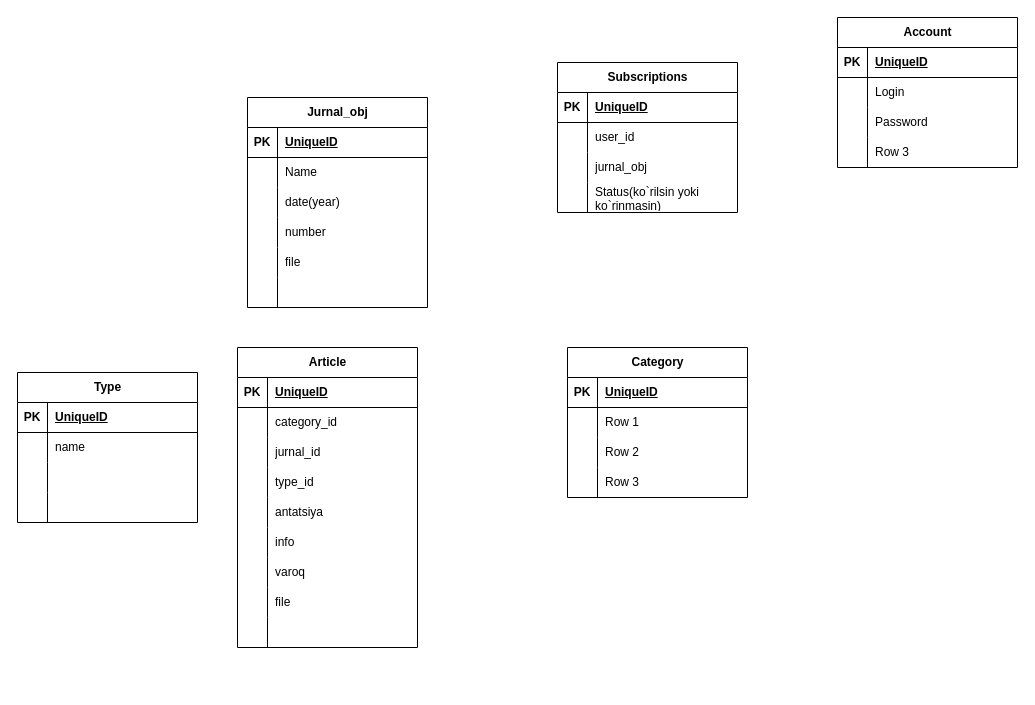
This is gltn.drawio from Ramizddin/Games, a draw.io file, before an edit. Source tidied: cells renumbered, new cells numbered last; positions are measured from the earlier drawing's top-left corner, leaving out a move shared by most shapes. Both pictures are drawn from the tidied source at 100%, with x=0, y=0 at pixel (17, 17).
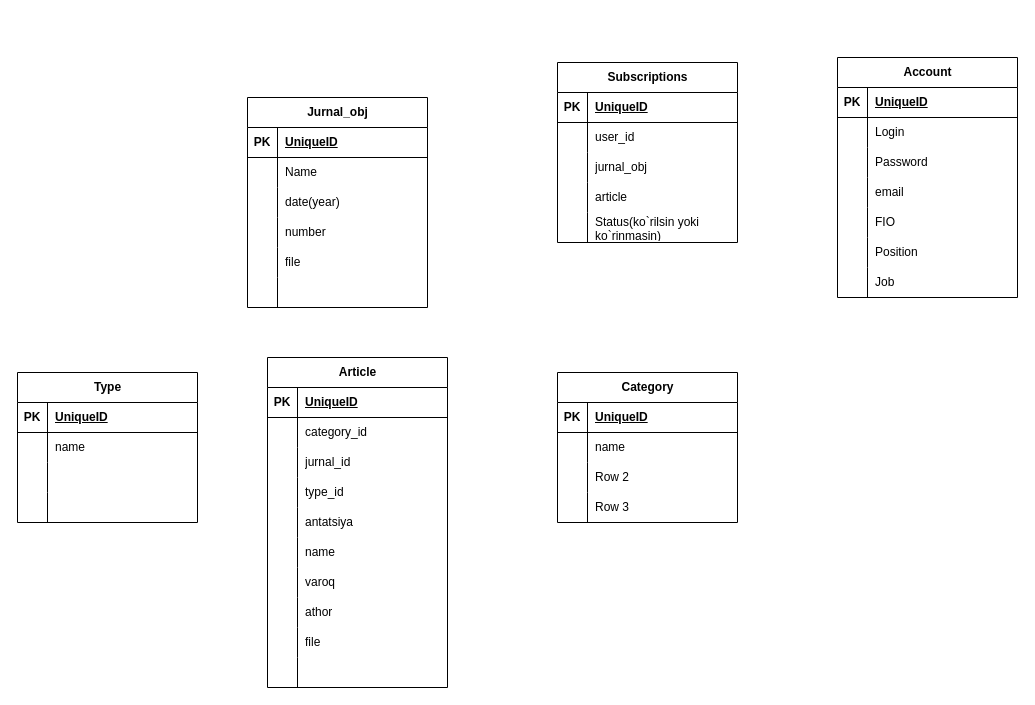
After the change.

The change refers to these unchanged cells:
```xml
<mxCell id="37" style="shape=tableRow;horizontal=0;startSize=0;swimlaneHead=0;swimlaneBody=0;fillColor=none;top=0;left=0;right=0;bottom=0;" parent="21" vertex="1">
  <mxGeometry y="180" width="180" height="30" as="geometry" />
</mxCell>
<mxCell id="43" style="shape=tableRow;horizontal=0;startSize=0;swimlaneHead=0;swimlaneBody=0;fillColor=none;top=0;left=0;right=0;bottom=0;" parent="21" vertex="1">
  <mxGeometry y="240" width="180" height="30" as="geometry" />
</mxCell>
<mxCell id="53" style="shape=tableRow;horizontal=0;startSize=0;swimlaneHead=0;swimlaneBody=0;fillColor=none;top=0;left=0;right=0;bottom=0;" parent="49" vertex="1">
  <mxGeometry y="60" width="180" height="30" as="geometry" />
</mxCell>
<mxCell id="85" style="shape=tableRow;horizontal=0;startSize=0;swimlaneHead=0;swimlaneBody=0;fillColor=none;top=0;left=0;right=0;bottom=0;" parent="75" vertex="1">
  <mxGeometry y="120" width="180" height="30" as="geometry" />
</mxCell>
```

The edit, as a diff of the source:
```diff
@@
     <mxCell id="21" value="Article" style="shape=table;startSize=30;childLayout=tableLayout;rowLines=0;fontStyle=1;align=center;html=1;" parent="1" vertex="1">
-      <mxGeometry x="220" y="330" width="180" height="300" as="geometry" />
+      <mxGeometry x="250" y="340" width="180" height="330" as="geometry" />
     </mxCell>
@@
-    <mxCell id="39" value="info" style="shape=partialRectangle;fillColor=none;top=0;left=0;bottom=0;right=0;align=left;spacingLeft=6;overflow=hidden;whiteSpace=wrap;html=1;" parent="37" vertex="1">
+    <mxCell id="39" value="name" style="shape=partialRectangle;fillColor=none;top=0;left=0;bottom=0;right=0;align=left;spacingLeft=6;overflow=hidden;whiteSpace=wrap;html=1;" parent="37" vertex="1">
       <mxGeometry x="30" width="150" height="30" as="geometry" />
     </mxCell>
@@
-    <mxCell id="45" value="file" style="shape=partialRectangle;fillColor=none;top=0;left=0;bottom=0;right=0;align=left;spacingLeft=6;overflow=hidden;whiteSpace=wrap;html=1;" parent="43" vertex="1">
+    <mxCell id="45" value="athor" style="shape=partialRectangle;fillColor=none;top=0;left=0;bottom=0;right=0;align=left;spacingLeft=6;overflow=hidden;whiteSpace=wrap;html=1;" parent="43" vertex="1">
       <mxGeometry x="30" width="150" height="30" as="geometry" />
     </mxCell>
+    <mxCell id="101" style="shape=tableRow;horizontal=0;startSize=0;swimlaneHead=0;swimlaneBody=0;fillColor=none;top=0;left=0;right=0;bottom=0;" parent="21" vertex="1">
+      <mxGeometry y="270" width="180" height="30" as="geometry" />
+    </mxCell>
+    <mxCell id="102" style="shape=partialRectangle;fillColor=none;top=0;left=0;bottom=0;right=0;overflow=hidden;whiteSpace=wrap;html=1;" parent="101" vertex="1">
+      <mxGeometry width="30" height="30" as="geometry" />
+    </mxCell>
+    <mxCell id="103" value="file" style="shape=partialRectangle;fillColor=none;top=0;left=0;bottom=0;right=0;align=left;spacingLeft=6;overflow=hidden;whiteSpace=wrap;html=1;" parent="101" vertex="1">
+      <mxGeometry x="30" width="150" height="30" as="geometry" />
+    </mxCell>
     <mxCell id="46" style="shape=tableRow;horizontal=0;startSize=0;swimlaneHead=0;swimlaneBody=0;fillColor=none;top=0;left=0;right=0;bottom=0;" parent="21" vertex="1">
-      <mxGeometry y="270" width="180" height="30" as="geometry" />
+      <mxGeometry y="300" width="180" height="30" as="geometry" />
     </mxCell>
@@
     <mxCell id="49" value="Category" style="shape=table;startSize=30;childLayout=tableLayout;rowLines=0;fontStyle=1;align=center;html=1;" parent="1" vertex="1">
-      <mxGeometry x="550" y="330" width="180" height="150" as="geometry" />
+      <mxGeometry x="540" y="355" width="180" height="150" as="geometry" />
     </mxCell>
@@
-    <mxCell id="55" value="Row 1" style="shape=partialRectangle;fillColor=none;top=0;left=0;bottom=0;right=0;align=left;spacingLeft=6;overflow=hidden;whiteSpace=wrap;html=1;" parent="53" vertex="1">
+    <mxCell id="55" value="name" style="shape=partialRectangle;fillColor=none;top=0;left=0;bottom=0;right=0;align=left;spacingLeft=6;overflow=hidden;whiteSpace=wrap;html=1;" parent="53" vertex="1">
       <mxGeometry x="30" width="150" height="30" as="geometry" />
     </mxCell>
@@
     <mxCell id="75" value="Account" style="shape=table;startSize=30;childLayout=tableLayout;rowLines=0;fontStyle=1;align=center;html=1;" parent="1" vertex="1">
-      <mxGeometry x="820" width="180" height="150" as="geometry" />
+      <mxGeometry x="820" y="40" width="180" height="240" as="geometry" />
     </mxCell>
@@
-    <mxCell id="87" value="Row 3" style="shape=partialRectangle;fillColor=none;top=0;left=0;bottom=0;right=0;align=left;spacingLeft=6;overflow=hidden;whiteSpace=wrap;html=1;" parent="85" vertex="1">
+    <mxCell id="87" value="email" style="shape=partialRectangle;fillColor=none;top=0;left=0;bottom=0;right=0;align=left;spacingLeft=6;overflow=hidden;whiteSpace=wrap;html=1;" parent="85" vertex="1">
       <mxGeometry x="30" width="150" height="30" as="geometry" />
     </mxCell>
+    <mxCell id="104" style="shape=tableRow;horizontal=0;startSize=0;swimlaneHead=0;swimlaneBody=0;fillColor=none;top=0;left=0;right=0;bottom=0;" parent="75" vertex="1">
+      <mxGeometry y="150" width="180" height="30" as="geometry" />
+    </mxCell>
+    <mxCell id="105" style="shape=partialRectangle;fillColor=none;top=0;left=0;bottom=0;right=0;overflow=hidden;whiteSpace=wrap;html=1;" parent="104" vertex="1">
+      <mxGeometry width="30" height="30" as="geometry" />
+    </mxCell>
+    <mxCell id="106" value="FIO" style="shape=partialRectangle;fillColor=none;top=0;left=0;bottom=0;right=0;align=left;spacingLeft=6;overflow=hidden;whiteSpace=wrap;html=1;" parent="104" vertex="1">
+      <mxGeometry x="30" width="150" height="30" as="geometry" />
+    </mxCell>
+    <mxCell id="107" style="shape=tableRow;horizontal=0;startSize=0;swimlaneHead=0;swimlaneBody=0;fillColor=none;top=0;left=0;right=0;bottom=0;" parent="75" vertex="1">
+      <mxGeometry y="180" width="180" height="30" as="geometry" />
+    </mxCell>
+    <mxCell id="108" style="shape=partialRectangle;fillColor=none;top=0;left=0;bottom=0;right=0;overflow=hidden;whiteSpace=wrap;html=1;" parent="107" vertex="1">
+      <mxGeometry width="30" height="30" as="geometry" />
+    </mxCell>
+    <mxCell id="109" value="Position" style="shape=partialRectangle;fillColor=none;top=0;left=0;bottom=0;right=0;align=left;spacingLeft=6;overflow=hidden;whiteSpace=wrap;html=1;" parent="107" vertex="1">
+      <mxGeometry x="30" width="150" height="30" as="geometry" />
+    </mxCell>
+    <mxCell id="110" style="shape=tableRow;horizontal=0;startSize=0;swimlaneHead=0;swimlaneBody=0;fillColor=none;top=0;left=0;right=0;bottom=0;" parent="75" vertex="1">
+      <mxGeometry y="210" width="180" height="30" as="geometry" />
+    </mxCell>
+    <mxCell id="111" style="shape=partialRectangle;fillColor=none;top=0;left=0;bottom=0;right=0;overflow=hidden;whiteSpace=wrap;html=1;" parent="110" vertex="1">
+      <mxGeometry width="30" height="30" as="geometry" />
+    </mxCell>
+    <mxCell id="112" value="Job" style="shape=partialRectangle;fillColor=none;top=0;left=0;bottom=0;right=0;align=left;spacingLeft=6;overflow=hidden;whiteSpace=wrap;html=1;" parent="110" vertex="1">
+      <mxGeometry x="30" width="150" height="30" as="geometry" />
+    </mxCell>
     <mxCell id="88" value="Subscriptions" style="shape=table;startSize=30;childLayout=tableLayout;rowLines=0;fontStyle=1;align=center;html=1;" parent="1" vertex="1">
-      <mxGeometry x="540" y="45" width="180" height="150" as="geometry" />
+      <mxGeometry x="540" y="45" width="180" height="180" as="geometry" />
     </mxCell>
@@
+    <mxCell id="113" style="shape=tableRow;horizontal=0;startSize=0;swimlaneHead=0;swimlaneBody=0;fillColor=none;top=0;left=0;right=0;bottom=0;" parent="88" vertex="1">
+      <mxGeometry y="120" width="180" height="30" as="geometry" />
+    </mxCell>
+    <mxCell id="114" style="shape=partialRectangle;fillColor=none;top=0;left=0;bottom=0;right=0;overflow=hidden;whiteSpace=wrap;html=1;" parent="113" vertex="1">
+      <mxGeometry width="30" height="30" as="geometry" />
+    </mxCell>
+    <mxCell id="115" value="article" style="shape=partialRectangle;fillColor=none;top=0;left=0;bottom=0;right=0;align=left;spacingLeft=6;overflow=hidden;whiteSpace=wrap;html=1;" parent="113" vertex="1">
+      <mxGeometry x="30" width="150" height="30" as="geometry" />
+    </mxCell>
     <mxCell id="98" style="shape=tableRow;horizontal=0;startSize=0;swimlaneHead=0;swimlaneBody=0;fillColor=none;top=0;left=0;right=0;bottom=0;" parent="88" vertex="1">
-      <mxGeometry y="120" width="180" height="30" as="geometry" />
+      <mxGeometry y="150" width="180" height="30" as="geometry" />
     </mxCell>
```
